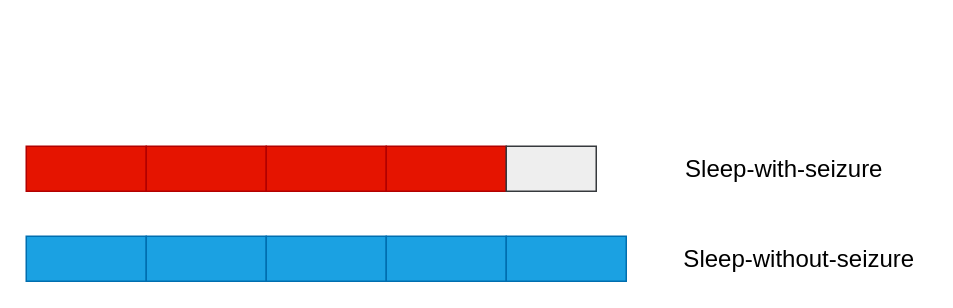
Before: Seizure/Table$Image/状态示意图.drawio in chenjin/Paper, a draw.io diagram. Source tidied: cells renumbered, new cells numbered last; positions are measured from the earlier drawing's top-left corner, leaving out a move shared by most shapes. Both pictures are drawn from the tidied source at 150%, with x=0, y=0 at pixel (26, 146).
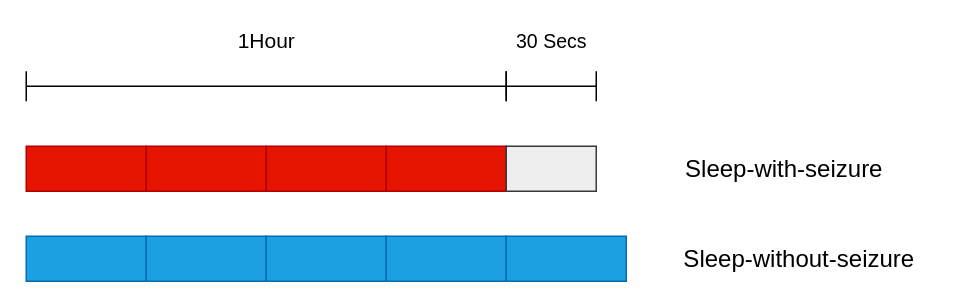
After the change.

Commit message (it also covers changes not shown here):
Update 状态示意图.drawio

Change to the diagram source:
```diff
@@
 <mxGraphModel>
   <root>
     <mxCell id="0" />
     <mxCell id="1" parent="0" />
     <mxCell id="2" value="&lt;font style=&quot;font-size: 16px&quot;&gt;Sleep-with-seizure&lt;/font&gt;" style="text;html=1;align=center;verticalAlign=middle;" parent="1" vertex="1">
       <mxGeometry x="430" y="5" width="150" height="20" as="geometry" />
     </mxCell>
     <mxCell id="3" style="group;" parent="1" vertex="1">
       <mxGeometry width="380" height="30" as="geometry" />
     </mxCell>
     <mxCell id="4" style="rounded=0;whiteSpace=wrap;html=1;fillColor=#e51400;strokeColor=#B20000;fontColor=#ffffff;" parent="3" vertex="1">
       <mxGeometry width="80" height="30" as="geometry" />
     </mxCell>
     <mxCell id="5" style="rounded=0;whiteSpace=wrap;html=1;fillColor=#e51400;strokeColor=#B20000;fontColor=#ffffff;" parent="3" vertex="1">
       <mxGeometry x="80" width="80" height="30" as="geometry" />
     </mxCell>
     <mxCell id="6" style="rounded=0;whiteSpace=wrap;html=1;fillColor=#e51400;strokeColor=#B20000;fontColor=#ffffff;" parent="3" vertex="1">
       <mxGeometry x="160" width="80" height="30" as="geometry" />
     </mxCell>
     <mxCell id="7" style="rounded=0;whiteSpace=wrap;html=1;fillColor=#e51400;strokeColor=#B20000;fontColor=#ffffff;" parent="3" vertex="1">
       <mxGeometry x="240" width="80" height="30" as="geometry" />
     </mxCell>
     <mxCell id="8" style="rounded=0;whiteSpace=wrap;html=1;fillColor=#eeeeee;strokeColor=#36393d;" parent="3" vertex="1">
       <mxGeometry x="320" width="60" height="30" as="geometry" />
     </mxCell>
     <mxCell id="9" style="rounded=0;whiteSpace=wrap;html=1;fillColor=#1ba1e2;strokeColor=#006EAF;fontColor=#ffffff;" parent="1" vertex="1">
       <mxGeometry y="60" width="80" height="30" as="geometry" />
     </mxCell>
     <mxCell id="10" style="rounded=0;whiteSpace=wrap;html=1;fillColor=#1ba1e2;strokeColor=#006EAF;fontColor=#ffffff;" parent="1" vertex="1">
       <mxGeometry x="80" y="60" width="80" height="30" as="geometry" />
     </mxCell>
     <mxCell id="11" style="rounded=0;whiteSpace=wrap;html=1;fillColor=#1ba1e2;strokeColor=#006EAF;fontColor=#ffffff;" parent="1" vertex="1">
       <mxGeometry x="160" y="60" width="80" height="30" as="geometry" />
     </mxCell>
     <mxCell id="12" style="rounded=0;whiteSpace=wrap;html=1;fillColor=#1ba1e2;strokeColor=#006EAF;fontColor=#ffffff;" parent="1" vertex="1">
       <mxGeometry x="240" y="60" width="80" height="30" as="geometry" />
     </mxCell>
     <mxCell id="13" style="rounded=0;whiteSpace=wrap;html=1;fillColor=#1ba1e2;strokeColor=#006EAF;fontColor=#ffffff;" parent="1" vertex="1">
       <mxGeometry x="320" y="60" width="80" height="30" as="geometry" />
     </mxCell>
     <mxCell id="14" value="&lt;font style=&quot;font-size: 16px&quot;&gt;Sleep-without-seizure&lt;/font&gt;" style="text;html=1;align=center;verticalAlign=middle;" parent="1" vertex="1">
       <mxGeometry x="430" y="65" width="170" height="20" as="geometry" />
     </mxCell>
+    <mxCell id="15" style="shape=crossbar;whiteSpace=wrap;html=1;rounded=1;" parent="1" vertex="1">
+      <mxGeometry y="-50" width="320" height="20" as="geometry" />
+    </mxCell>
+    <mxCell id="16" value="&lt;font style=&quot;font-size: 14px&quot;&gt;1Hour&lt;/font&gt;" style="text;html=1;align=center;verticalAlign=middle;" parent="1" vertex="1">
+      <mxGeometry x="135" y="-80" width="50" height="20" as="geometry" />
+    </mxCell>
+    <mxCell id="17" style="shape=crossbar;whiteSpace=wrap;html=1;rounded=1;" parent="1" vertex="1">
+      <mxGeometry x="320" y="-50" width="60" height="20" as="geometry" />
+    </mxCell>
+    <mxCell id="18" value="&lt;font style=&quot;font-size: 13px&quot;&gt;30 Secs&lt;/font&gt;" style="text;html=1;align=center;verticalAlign=middle;" parent="1" vertex="1">
+      <mxGeometry x="320" y="-80" width="60" height="20" as="geometry" />
+    </mxCell>
   </root>
 </mxGraphModel>
```
